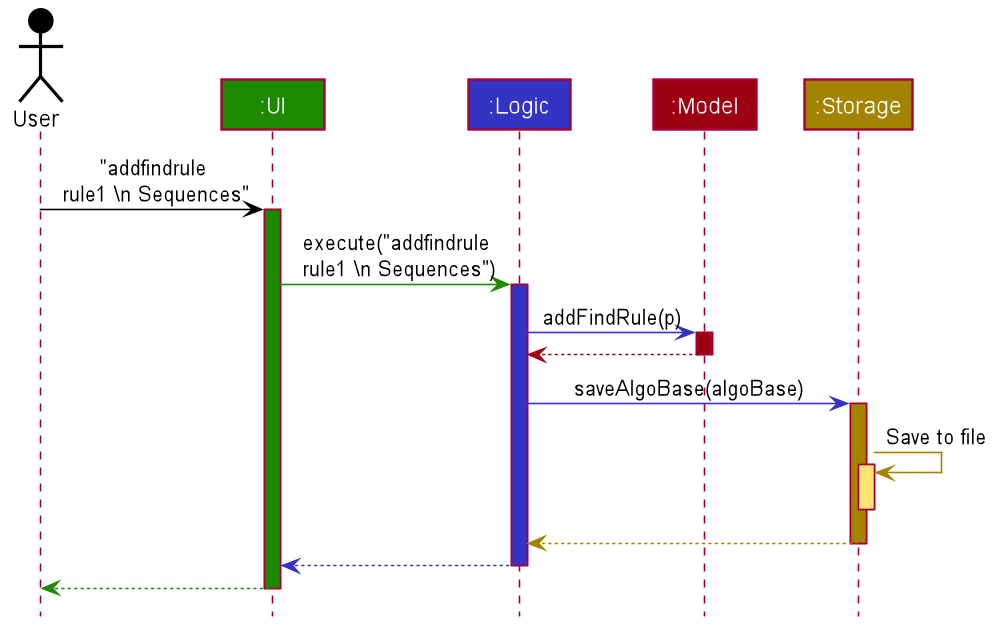
Above: docs/images/savefindrule/HighLevelAddFindRuleSequenceDiagram.png in nus-cs2103-AY1920S1/addressbook-level3 (PlantUML), before the change. Source of this version:
```plantuml
@startuml








skinparam BackgroundColor #FFFFFFF

skinparam Shadowing false

skinparam Class {
    FontColor #FFFFFF
    BorderThickness 1
    BorderColor #FFFFFF
    StereotypeFontColor #FFFFFF
    FontName Arial
}

skinparam Actor {
    BorderColor #000000
    Color #000000
    FontName Arial
}

skinparam Sequence {
    MessageAlign center
    BoxFontSize 15
    BoxPadding 0
    BoxFontColor #FFFFFF
    FontName Arial
}

skinparam Participant {
    FontColor #FFFFFFF
    Padding 20
}

skinparam MinClassWidth 50
skinparam ParticipantPadding 10
skinparam Shadowing false
skinparam DefaultTextAlignment center
skinparam packageStyle Rectangle

hide footbox
hide members
hide circle

Actor User as user #000000
Participant ":UI" as ui #1D8900
Participant ":Logic" as logic #3333C4
Participant ":Model" as model #9D0012
Participant ":Storage" as storage #A38300

user -[#000000]> ui : "addfindrule\n rule1 \\n Sequences"
activate ui #1D8900

ui -[#1D8900]> logic : execute("addfindrule\n rule1 \\n Sequences")
activate logic #3333C4

logic -[#3333C4]> model : addFindRule(p)
activate model #9D0012

model -[#9D0012]-> logic
deactivate model

logic -[#3333C4]> storage : saveAlgoBase(algoBase)
activate storage #A38300

storage -[#A38300]> storage : Save to file
activate storage #FFE374
deactivate storage

storage --[#A38300]> logic
deactivate storage

logic --[#3333C4]> ui
deactivate logic

ui--[#1D8900]> user
deactivate ui
@enduml
```
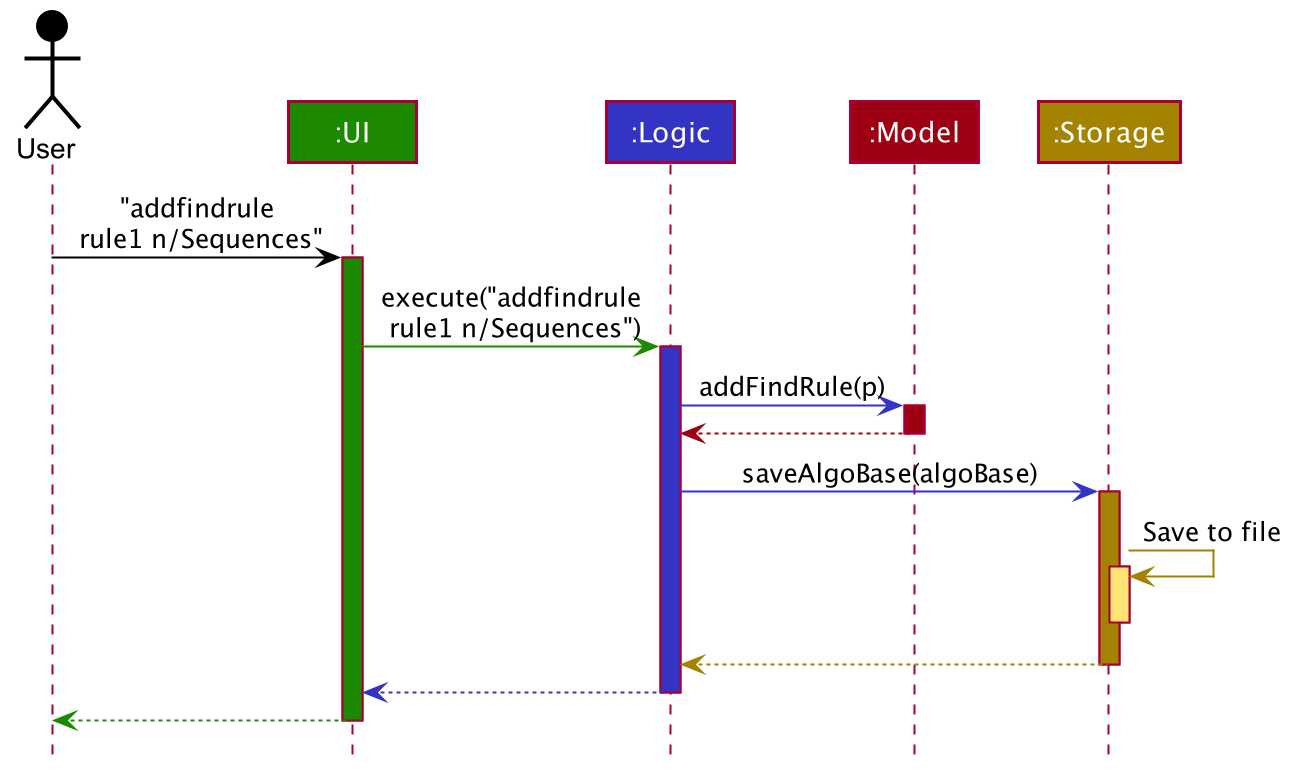
The same file after the commit.

Diff of the diagram source:
```diff
@@ -1,4 +1,5 @@
 @startuml
+
 
 
 
@@ -54,10 +55,10 @@
 Participant ":Model" as model #9D0012
 Participant ":Storage" as storage #A38300
 
-user -[#000000]> ui : "addfindrule\n rule1 \\n Sequences"
+user -[#000000]> ui : "addfindrule\n rule1 n/Sequences"
 activate ui #1D8900
 
-ui -[#1D8900]> logic : execute("addfindrule\n rule1 \\n Sequences")
+ui -[#1D8900]> logic : execute("addfindrule\n rule1 n/Sequences")
 activate logic #3333C4
 
 logic -[#3333C4]> model : addFindRule(p)
```
